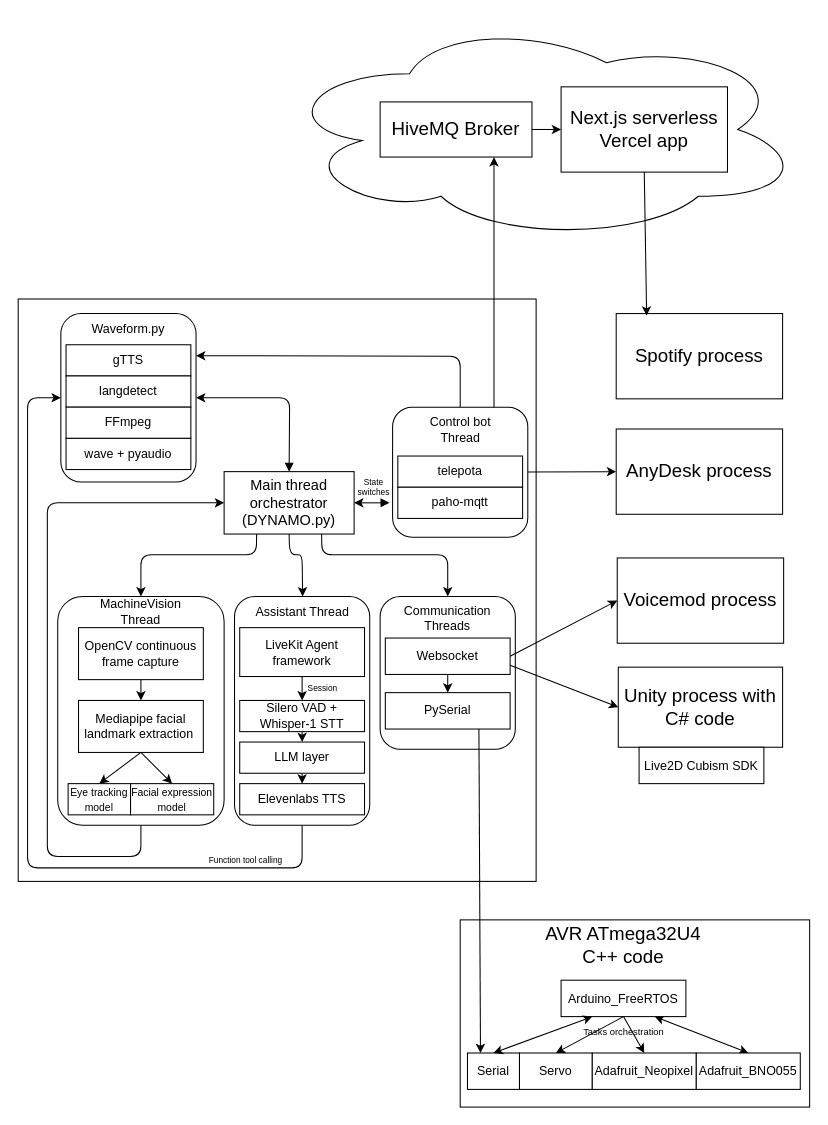
The draw.io diagram Planning/Software.drawio in MekhyW/DYNAMO-Electronic_Fursuit-2.0, before the edit. Source tidied: cells renumbered, new cells numbered last; positions are measured from the earlier drawing's top-left corner, leaving out a move shared by most shapes. Both pictures are drawn from the tidied source at 104%, with x=0, y=0 at pixel (18, 18).
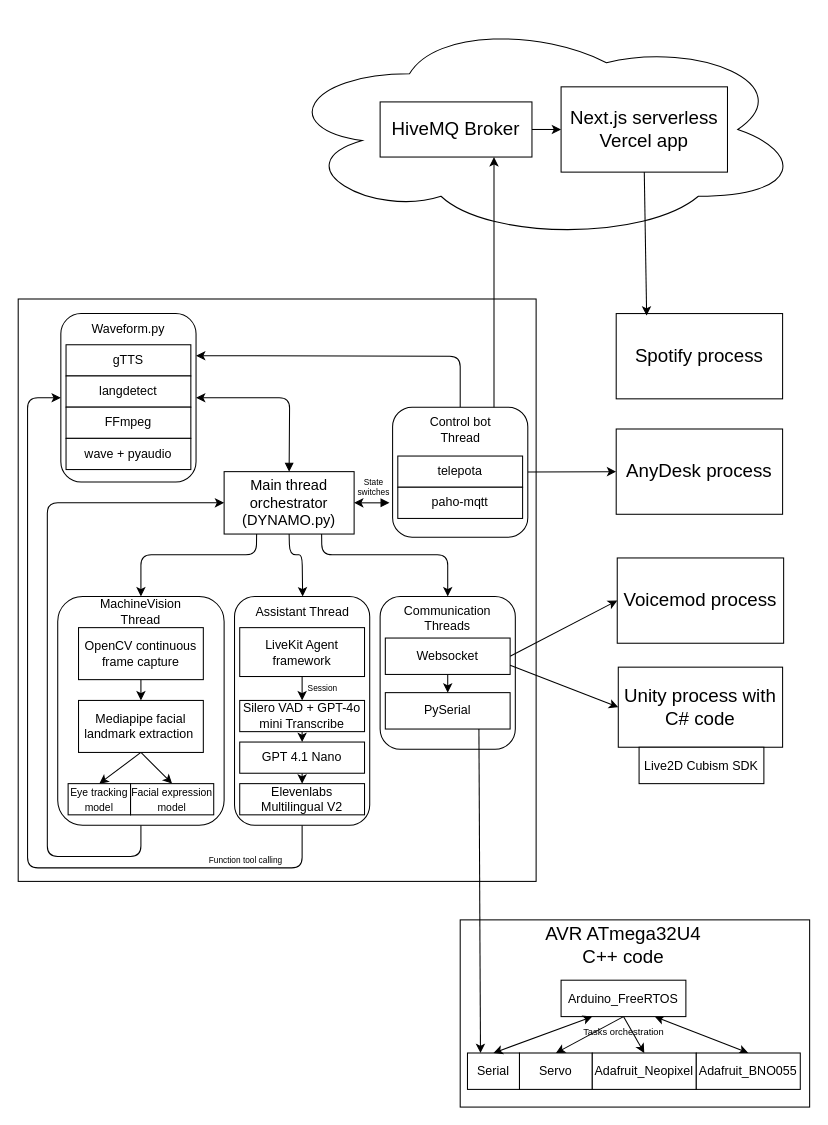
The same diagram, later.

Change to the diagram source:
```diff
@@
-    <mxCell id="27" value="Silero VAD + Whisper-1 STT" style="rounded=0;whiteSpace=wrap;html=1;fontSize=12;" parent="1" vertex="1">
+    <mxCell id="27" value="Silero VAD + GPT-4o mini Transcribe" style="rounded=0;whiteSpace=wrap;html=1;fontSize=12;" parent="1" vertex="1">
       <mxGeometry x="213" y="656" width="120" height="30" as="geometry" />
     </mxCell>
@@
-    <mxCell id="30" value="LLM layer" style="rounded=0;whiteSpace=wrap;html=1;fontSize=12;" parent="1" vertex="1">
+    <mxCell id="30" value="GPT 4.1 Nano" style="rounded=0;whiteSpace=wrap;html=1;fontSize=12;" parent="1" vertex="1">
       <mxGeometry x="213" y="696" width="120" height="30" as="geometry" />
     </mxCell>
-    <mxCell id="31" value="Elevenlabs TTS" style="rounded=0;whiteSpace=wrap;html=1;fontSize=12;" parent="1" vertex="1">
+    <mxCell id="31" value="Elevenlabs Multilingual V2" style="rounded=0;whiteSpace=wrap;html=1;fontSize=12;" parent="1" vertex="1">
       <mxGeometry x="213" y="736" width="120" height="30" as="geometry" />
     </mxCell>
```
